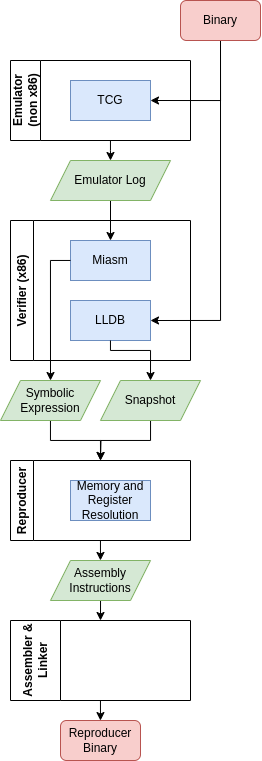
Before: figures/ver_and_rep_1.png, a diagram exported from draw.io (alpberkman/tum-cs-bsc-thesis). Source tidied: cells renumbered, new cells last; positions are measured from the earlier drawing's top-left corner, leaving out a move shared by most shapes.
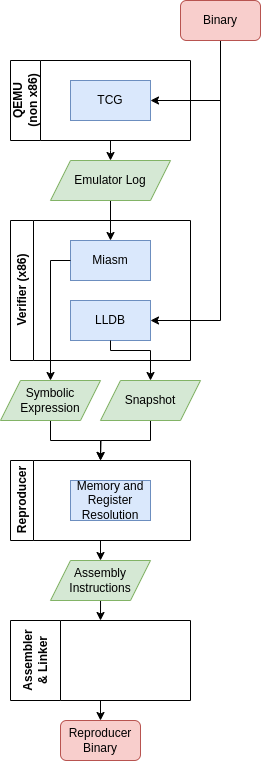
After the change.

What changed in the source:
```diff
@@ -31,7 +31,7 @@
         </Array>
       </mxGeometry>
     </mxCell>
-    <mxCell id="9" value="Emulator&lt;br&gt;(non x86)" style="swimlane;horizontal=0;whiteSpace=wrap;html=1;startSize=30;" parent="1" vertex="1">
+    <mxCell id="9" value="QEMU&lt;br&gt;(non x86)" style="swimlane;horizontal=0;whiteSpace=wrap;html=1;startSize=30;" parent="1" vertex="1">
       <mxGeometry x="10" y="60" width="180" height="80" as="geometry" />
     </mxCell>
     <mxCell id="10" value="TCG" style="rounded=0;whiteSpace=wrap;html=1;fillColor=#dae8fc;strokeColor=#6c8ebf;" parent="9" vertex="1">
@@ -80,7 +80,7 @@
         <mxPoint x="100" y="720" as="targetPoint" />
       </mxGeometry>
     </mxCell>
-    <mxCell id="17" value="Assembler &amp;amp; Linker" style="swimlane;horizontal=0;whiteSpace=wrap;html=1;startSize=50;" parent="1" vertex="1">
+    <mxCell id="17" value="Assembler&lt;br&gt;&amp;amp; Linker" style="swimlane;horizontal=0;whiteSpace=wrap;html=1;startSize=50;" parent="1" vertex="1">
       <mxGeometry x="10" y="620" width="180" height="80" as="geometry" />
     </mxCell>
     <mxCell id="18" value="Binary" style="rounded=1;whiteSpace=wrap;html=1;fillColor=#f8cecc;strokeColor=#b85450;" parent="1" vertex="1">
```
